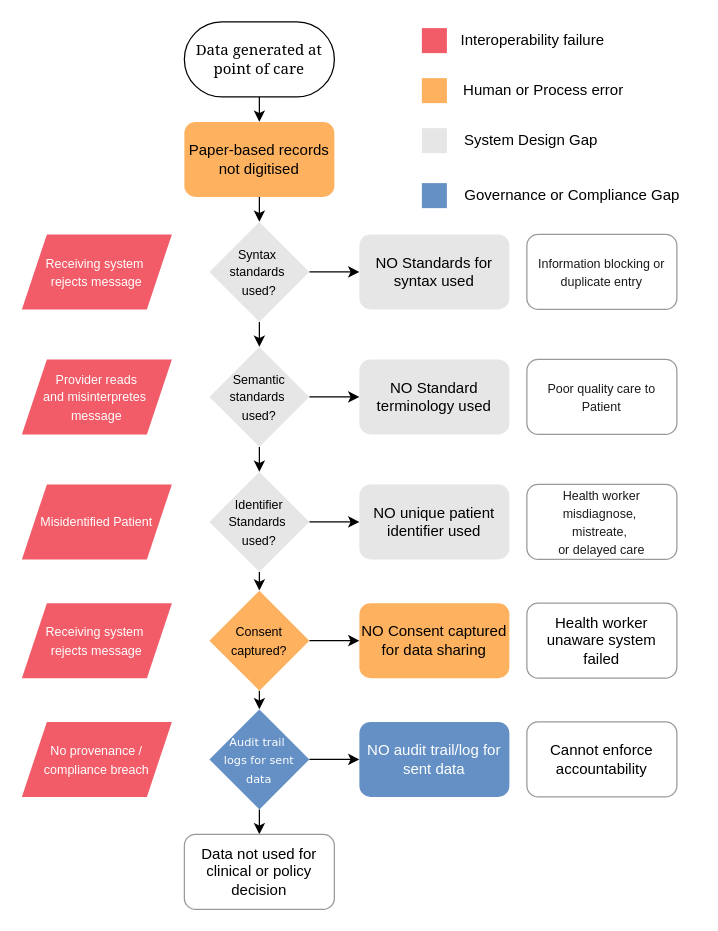
This is page "Figure9" (2 of 2) of Book_Diagrams.drawio from FutureFit-Innovation-Lab/Book, a draw.io file, before an edit. Source tidied: cells renumbered, new cells numbered last; positions are measured from the earlier drawing's top-left corner, leaving out a move shared by most shapes. Both pictures are drawn from the tidied source at 125%, with x=0, y=0 at pixel (21, 21).
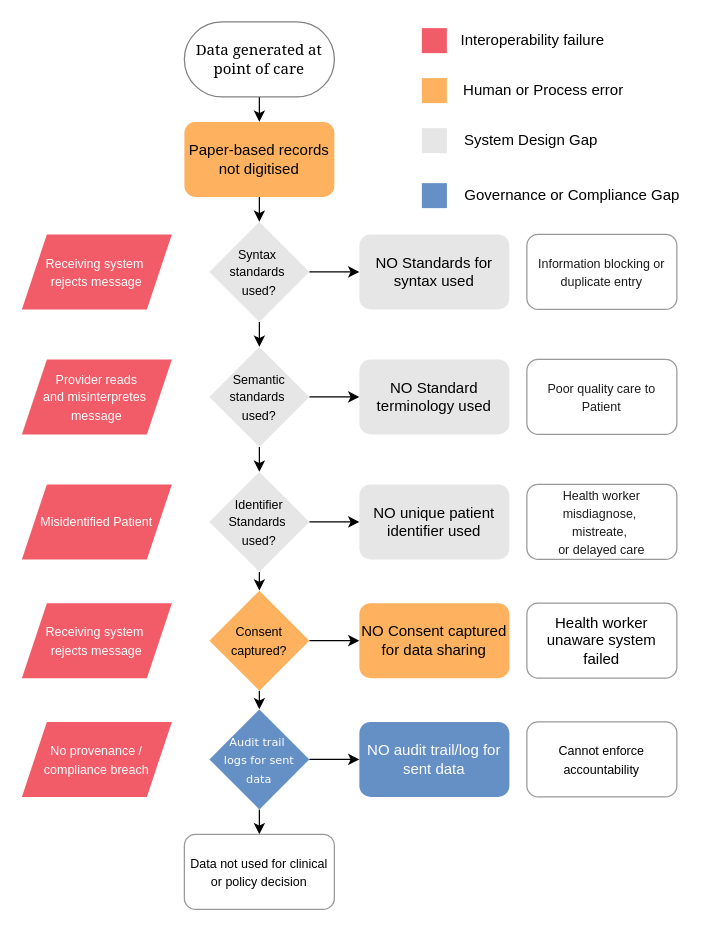
The same page after the edit.

Diff of the diagram source:
```diff
@@
-    <mxCell id="3" value="&lt;font face=&quot;Georgia&quot;&gt;Data generated at point of care&lt;/font&gt;" style="rounded=1;whiteSpace=wrap;html=1;arcSize=50;" parent="1" vertex="1">
+    <mxCell id="3" value="&lt;font face=&quot;Georgia&quot;&gt;Data generated at point of care&lt;/font&gt;" style="rounded=1;whiteSpace=wrap;html=1;arcSize=50;strokeColor=#808080;" parent="1" vertex="1">
       <mxGeometry x="130" width="120" height="60" as="geometry" />
     </mxCell>
@@
-    <mxCell id="32" value="Data not used for clinical or policy decision" style="rounded=1;whiteSpace=wrap;html=1;strokeColor=#999999;fillColor=none;" parent="1" vertex="1">
+    <mxCell id="32" value="&lt;font style=&quot;font-size: 10px;&quot;&gt;Data not used for clinical or policy decision&lt;/font&gt;" style="rounded=1;whiteSpace=wrap;html=1;strokeColor=#999999;fillColor=none;" parent="1" vertex="1">
       <mxGeometry x="130" y="650" width="120" height="60" as="geometry" />
     </mxCell>
@@
-    <mxCell id="42" value="Cannot enforce accountability" style="rounded=1;whiteSpace=wrap;html=1;strokeColor=#999999;fillColor=none;" parent="1" vertex="1">
+    <mxCell id="42" value="&lt;font style=&quot;font-size: 10px;&quot;&gt;Cannot enforce accountability&lt;/font&gt;" style="rounded=1;whiteSpace=wrap;html=1;strokeColor=#999999;fillColor=none;" parent="1" vertex="1">
       <mxGeometry x="404" y="560" width="120" height="60" as="geometry" />
     </mxCell>
```
